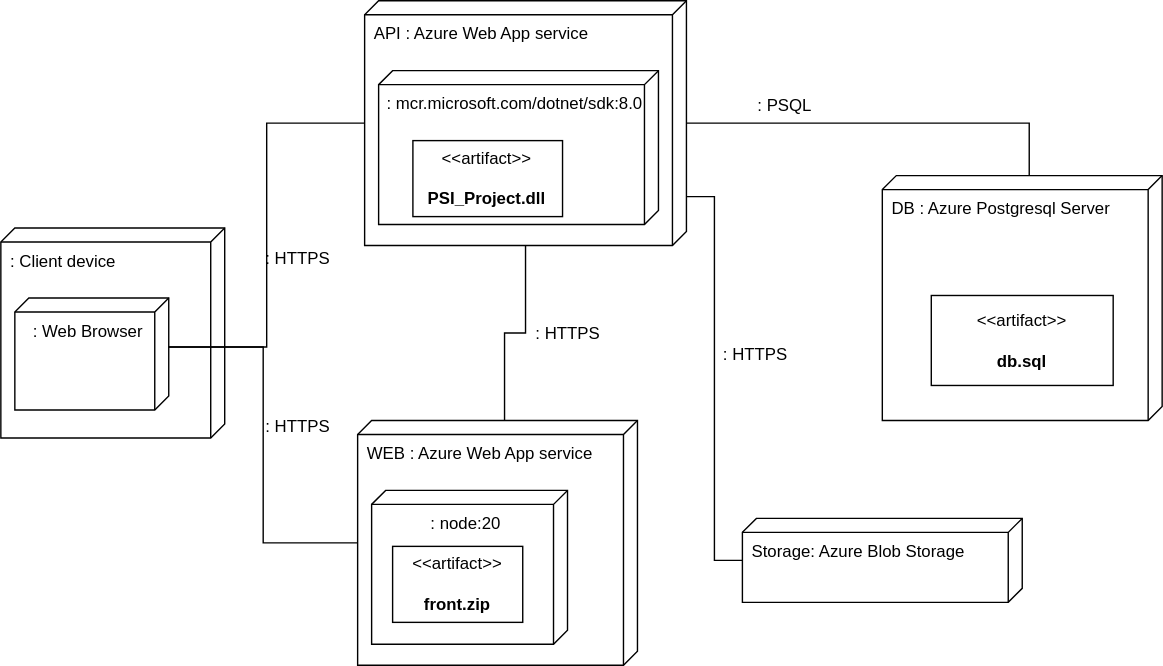
Earlier version of the draw.io export lab4/viewpoints/deployment/deployment.svg (piatrashkakanstantinass/psi2). Source tidied: cells renumbered, new cells last; positions are measured from the earlier drawing's top-left corner, leaving out a move shared by most shapes.
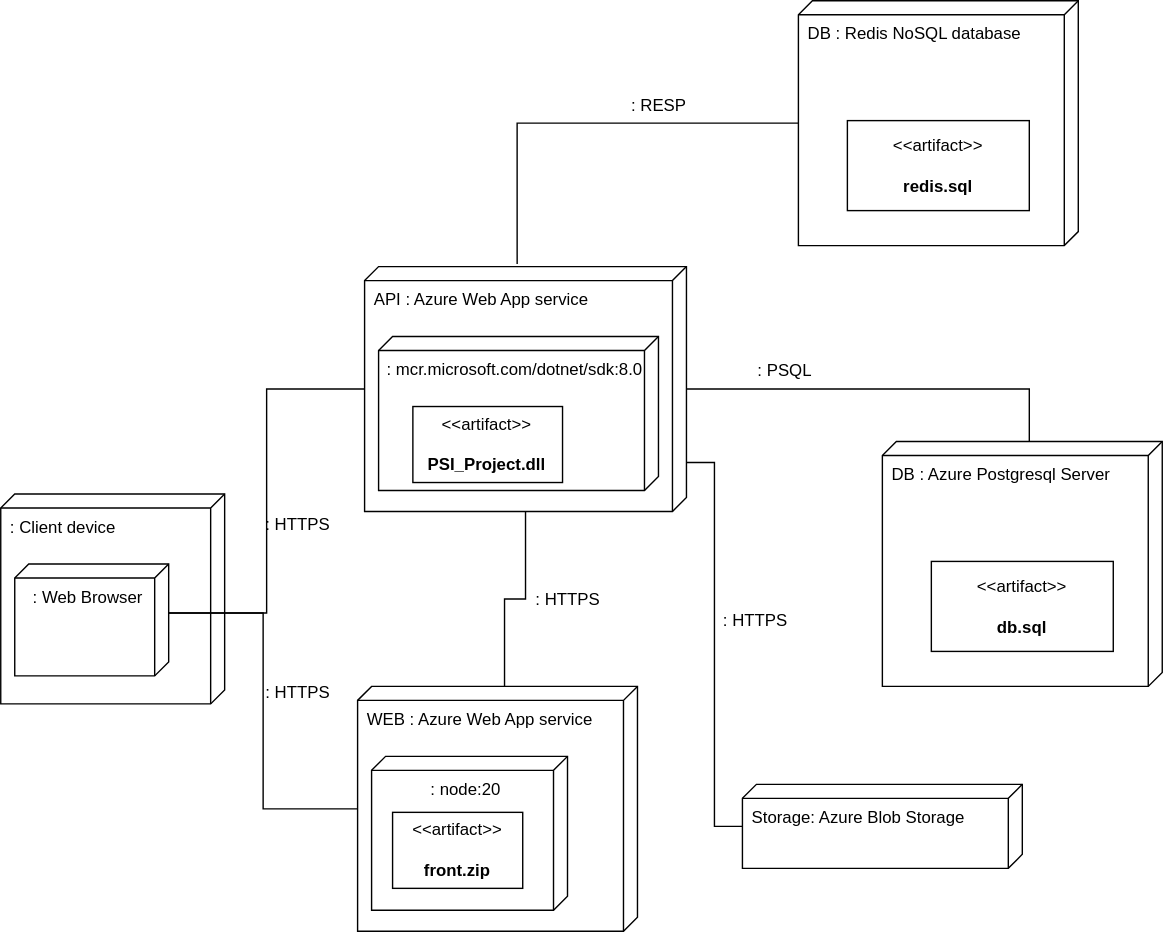
Later version of the same file.

Change to the diagram source:
```diff
@@ -71,5 +71,17 @@
     <mxCell id="22" value=": HTTPS" style="text;html=1;align=center;verticalAlign=middle;strokeColor=none;fillColor=none;" parent="1" vertex="1">
       <mxGeometry x="504" y="238" width="70" height="30" as="geometry" />
     </mxCell>
+    <mxCell id="23" value="DB : Redis NoSQL database" style="verticalAlign=top;align=left;shape=cube;size=10;direction=south;fontStyle=0;html=1;boundedLbl=1;spacingLeft=5;whiteSpace=wrap;" parent="1" vertex="1">
+      <mxGeometry x="570" y="-190" width="200" height="175" as="geometry" />
+    </mxCell>
+    <mxCell id="24" value="&amp;lt;&amp;lt;artifact&amp;gt;&amp;gt;&lt;br&gt;&lt;br&gt;&lt;b&gt;redis.sql&lt;/b&gt;" style="html=1;align=center;verticalAlign=middle;dashed=0;whiteSpace=wrap;" parent="23" vertex="1">
+      <mxGeometry x="35" y="85.7" width="130" height="64.3" as="geometry" />
+    </mxCell>
+    <mxCell id="25" style="edgeStyle=orthogonalEdgeStyle;rounded=0;jettySize=auto;html=1;entryX=-0.011;entryY=0.526;entryDx=0;entryDy=0;entryPerimeter=0;endArrow=none;endFill=0;" parent="1" edge="1" source="23" target="2">
+      <mxGeometry relative="1" as="geometry" />
+    </mxCell>
+    <mxCell id="26" value=": RESP" style="text;html=1;align=center;verticalAlign=middle;strokeColor=none;fillColor=none;" parent="1" vertex="1">
+      <mxGeometry x="440" y="-130" width="60" height="30" as="geometry" />
+    </mxCell>
   </root>
 </mxGraphModel>
```
